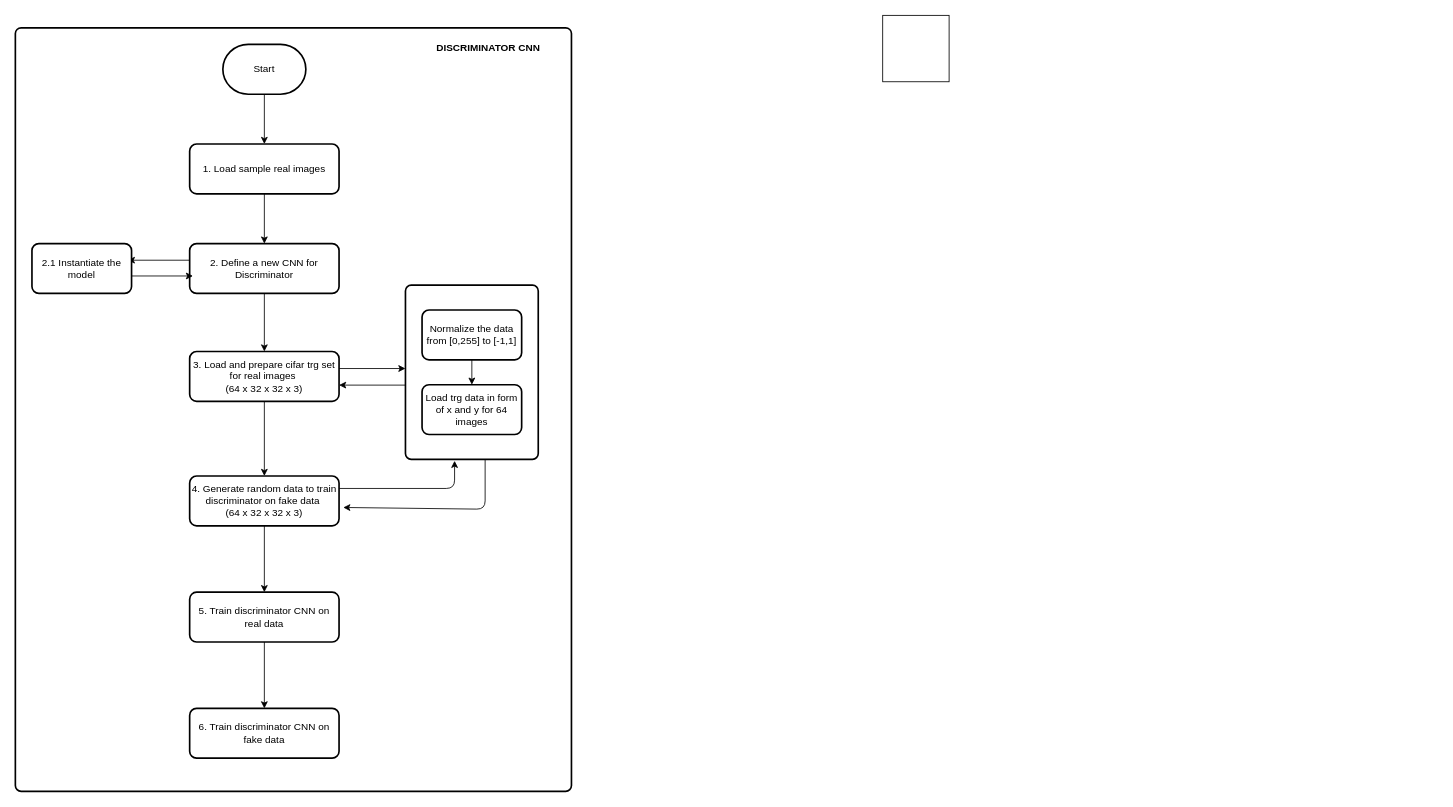
samratkar/samratkar.github.io keeps this draw.io diagram as _posts/concepts/genai/diagrams/gan.drawio. Above is the earlier version. Source tidied: cells renumbered, new cells numbered last; positions are measured from the earlier drawing's top-left corner, leaving out a move shared by most shapes. Both pictures are drawn from the tidied source at 83%, with x=0, y=0 at pixel (15, 15).
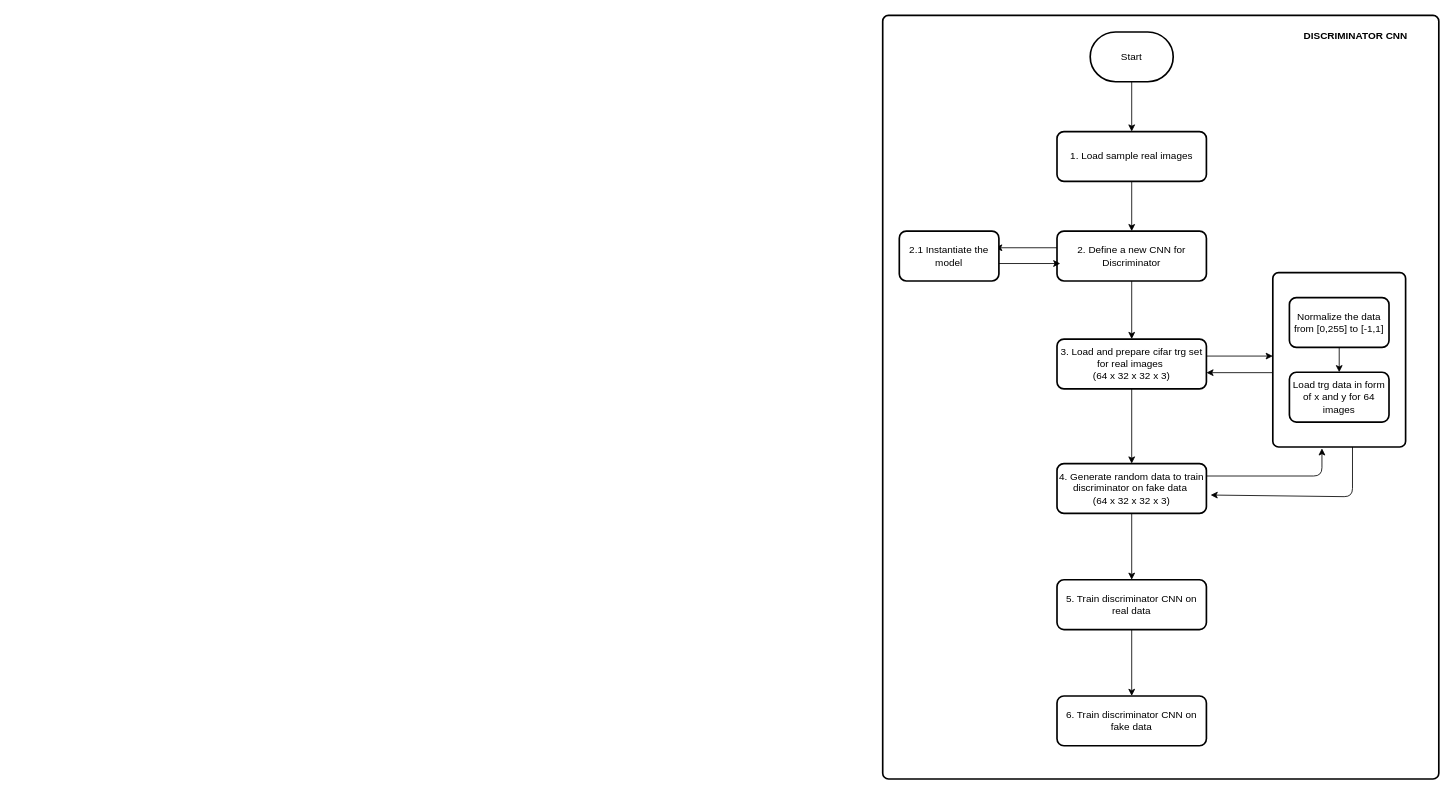
The same diagram, later.

Unchanged cells that the change refers to:
```xml
<mxCell id="20" style="rounded=1;whiteSpace=wrap;html=1;absoluteArcSize=1;arcSize=14;strokeWidth=2;" parent="19" vertex="1">
  <mxGeometry width="160" height="210" as="geometry" />
</mxCell>
```

What changed in the source:
```diff
@@
+    <mxCell id="29" style="group;" parent="1" vertex="1">
+      <mxGeometry x="1045" width="670" height="920" as="geometry" />
+    </mxCell>
-    <mxCell id="2" style="rounded=1;whiteSpace=wrap;html=1;absoluteArcSize=1;arcSize=14;strokeWidth=2;" parent="1" vertex="1">
-      <mxGeometry y="15" width="670" height="920" as="geometry" />
+    <mxCell id="2" style="rounded=1;whiteSpace=wrap;html=1;absoluteArcSize=1;arcSize=14;strokeWidth=2;" parent="29" vertex="1">
+      <mxGeometry width="670" height="920" as="geometry" />
     </mxCell>
-    <mxCell id="3" style="edgeStyle=none;html=1;entryX=0.5;entryY=0;entryDx=0;entryDy=0;flowAnimation=1;" parent="1" edge="1" source="4" target="6">
+    <mxCell id="3" style="edgeStyle=none;html=1;entryX=0.5;entryY=0;entryDx=0;entryDy=0;flowAnimation=1;" parent="29" edge="1" source="4" target="6">
       <mxGeometry relative="1" as="geometry" />
     </mxCell>
-    <mxCell id="4" value="Start" style="strokeWidth=2;html=1;shape=mxgraph.flowchart.terminator;whiteSpace=wrap;" parent="1" vertex="1">
-      <mxGeometry x="250" y="35" width="100" height="60" as="geometry" />
+    <mxCell id="4" value="Start" style="strokeWidth=2;html=1;shape=mxgraph.flowchart.terminator;whiteSpace=wrap;" parent="29" vertex="1">
+      <mxGeometry x="250" y="20" width="100" height="60" as="geometry" />
     </mxCell>
-    <mxCell id="5" style="edgeStyle=none;html=1;flowAnimation=1;" parent="1" edge="1" source="6" target="9">
+    <mxCell id="5" style="edgeStyle=none;html=1;flowAnimation=1;" parent="29" edge="1" source="6" target="9">
       <mxGeometry relative="1" as="geometry" />
     </mxCell>
-    <mxCell id="6" value="1. Load sample real images" style="rounded=1;whiteSpace=wrap;html=1;arcSize=14;strokeWidth=2;" parent="1" vertex="1">
-      <mxGeometry x="210" y="155" width="180" height="60" as="geometry" />
+    <mxCell id="6" value="1. Load sample real images" style="rounded=1;whiteSpace=wrap;html=1;arcSize=14;strokeWidth=2;" parent="29" vertex="1">
+      <mxGeometry x="210" y="140" width="180" height="60" as="geometry" />
     </mxCell>
-    <mxCell id="7" style="edgeStyle=none;html=1;flowAnimation=1;" parent="1" edge="1" source="9" target="12">
+    <mxCell id="7" style="edgeStyle=none;html=1;flowAnimation=1;" parent="29" edge="1" source="9" target="12">
       <mxGeometry relative="1" as="geometry" />
     </mxCell>
-    <mxCell id="8" style="edgeStyle=none;html=1;flowAnimation=1;" parent="1" edge="1">
+    <mxCell id="8" style="edgeStyle=none;html=1;flowAnimation=1;" parent="29" edge="1">
       <mxGeometry relative="1" as="geometry">
-        <mxPoint x="215" y="295" as="sourcePoint" />
-        <mxPoint x="135.5" y="295" as="targetPoint" />
+        <mxPoint x="215" y="280" as="sourcePoint" />
+        <mxPoint x="135.5" y="280" as="targetPoint" />
       </mxGeometry>
     </mxCell>
-    <mxCell id="9" value="2. Define a new CNN for Discriminator" style="whiteSpace=wrap;html=1;rounded=1;arcSize=14;strokeWidth=2;" parent="1" vertex="1">
-      <mxGeometry x="210" y="275" width="180" height="60" as="geometry" />
+    <mxCell id="9" value="2. Define a new CNN for Discriminator" style="whiteSpace=wrap;html=1;rounded=1;arcSize=14;strokeWidth=2;" parent="29" vertex="1">
+      <mxGeometry x="210" y="260" width="180" height="60" as="geometry" />
     </mxCell>
-    <mxCell id="10" style="edgeStyle=none;html=1;flowAnimation=1;" parent="1" edge="1" source="12" target="15">
+    <mxCell id="10" style="edgeStyle=none;html=1;flowAnimation=1;" parent="29" edge="1" source="12" target="15">
       <mxGeometry relative="1" as="geometry" />
     </mxCell>
-    <mxCell id="11" style="edgeStyle=none;html=1;flowAnimation=1;" parent="1" edge="1">
+    <mxCell id="11" style="edgeStyle=none;html=1;flowAnimation=1;" parent="29" edge="1">
       <mxGeometry relative="1" as="geometry">
-        <mxPoint x="390" y="425.5" as="sourcePoint" />
-        <mxPoint x="470" y="425.5" as="targetPoint" />
+        <mxPoint x="390" y="410.5" as="sourcePoint" />
+        <mxPoint x="470" y="410.5" as="targetPoint" />
       </mxGeometry>
     </mxCell>
-    <mxCell id="12" value="3. Load and prepare cifar trg set for real images&amp;nbsp;&lt;div&gt;(64 x 32 x 32 x 3)&lt;/div&gt;" style="whiteSpace=wrap;html=1;rounded=1;arcSize=14;strokeWidth=2;" parent="1" vertex="1">
-      <mxGeometry x="210" y="405" width="180" height="60" as="geometry" />
+    <mxCell id="12" value="3. Load and prepare cifar trg set for real images&amp;nbsp;&lt;div&gt;(64 x 32 x 32 x 3)&lt;/div&gt;" style="whiteSpace=wrap;html=1;rounded=1;arcSize=14;strokeWidth=2;" parent="29" vertex="1">
+      <mxGeometry x="210" y="390" width="180" height="60" as="geometry" />
     </mxCell>
-    <mxCell id="13" style="edgeStyle=orthogonalEdgeStyle;html=1;exitX=1;exitY=0.25;exitDx=0;exitDy=0;entryX=0.37;entryY=1.008;entryDx=0;entryDy=0;entryPerimeter=0;flowAnimation=1;" parent="1" edge="1" source="15" target="20">
+    <mxCell id="13" style="edgeStyle=orthogonalEdgeStyle;html=1;exitX=1;exitY=0.25;exitDx=0;exitDy=0;entryX=0.37;entryY=1.008;entryDx=0;entryDy=0;entryPerimeter=0;flowAnimation=1;" parent="29" edge="1" source="15" target="20">
       <mxGeometry relative="1" as="geometry" />
     </mxCell>
-    <mxCell id="14" style="edgeStyle=none;html=1;flowAnimation=1;" parent="1" edge="1" source="15" target="26">
+    <mxCell id="14" style="edgeStyle=none;html=1;flowAnimation=1;" parent="29" edge="1" source="15" target="26">
       <mxGeometry relative="1" as="geometry" />
     </mxCell>
-    <mxCell id="15" value="4. Generate random data to train discriminator on fake data&amp;nbsp;&lt;div&gt;(64 x 32 x 32 x 3)&lt;/div&gt;" style="whiteSpace=wrap;html=1;rounded=1;arcSize=14;strokeWidth=2;" parent="1" vertex="1">
-      <mxGeometry x="210" y="555" width="180" height="60" as="geometry" />
+    <mxCell id="15" value="4. Generate random data to train discriminator on fake data&amp;nbsp;&lt;div&gt;(64 x 32 x 32 x 3)&lt;/div&gt;" style="whiteSpace=wrap;html=1;rounded=1;arcSize=14;strokeWidth=2;" parent="29" vertex="1">
+      <mxGeometry x="210" y="540" width="180" height="60" as="geometry" />
     </mxCell>
-    <mxCell id="16" style="edgeStyle=none;html=1;entryX=0;entryY=0.5;entryDx=0;entryDy=0;flowAnimation=1;" parent="1" edge="1">
+    <mxCell id="16" style="edgeStyle=none;html=1;entryX=0;entryY=0.5;entryDx=0;entryDy=0;flowAnimation=1;" parent="29" edge="1">
       <mxGeometry relative="1" as="geometry">
-        <mxPoint x="134.5" y="314" as="sourcePoint" />
-        <mxPoint x="214" y="314" as="targetPoint" />
+        <mxPoint x="134.5" y="299" as="sourcePoint" />
+        <mxPoint x="214" y="299" as="targetPoint" />
       </mxGeometry>
     </mxCell>
-    <mxCell id="17" value="2.1 Instantiate the model" style="whiteSpace=wrap;html=1;rounded=1;arcSize=14;strokeWidth=2;" parent="1" vertex="1">
-      <mxGeometry x="20" y="275" width="120" height="60" as="geometry" />
+    <mxCell id="17" value="2.1 Instantiate the model" style="whiteSpace=wrap;html=1;rounded=1;arcSize=14;strokeWidth=2;" parent="29" vertex="1">
+      <mxGeometry x="20" y="260" width="120" height="60" as="geometry" />
     </mxCell>
-    <mxCell id="18" style="edgeStyle=none;html=1;entryX=1;entryY=0.5;entryDx=0;entryDy=0;flowAnimation=1;" parent="1" edge="1">
+    <mxCell id="18" style="edgeStyle=none;html=1;entryX=1;entryY=0.5;entryDx=0;entryDy=0;flowAnimation=1;" parent="29" edge="1">
       <mxGeometry relative="1" as="geometry">
-        <mxPoint x="470" y="445.5" as="sourcePoint" />
-        <mxPoint x="390" y="445.5" as="targetPoint" />
+        <mxPoint x="470" y="430.5" as="sourcePoint" />
+        <mxPoint x="390" y="430.5" as="targetPoint" />
       </mxGeometry>
     </mxCell>
-    <mxCell id="19" style="group;" parent="1" vertex="1">
-      <mxGeometry x="470" y="325" width="160" height="210" as="geometry" />
+    <mxCell id="19" style="group;" parent="29" vertex="1">
+      <mxGeometry x="470" y="310" width="160" height="210" as="geometry" />
     </mxCell>
@@
-    <mxCell id="24" style="edgeStyle=none;html=1;entryX=1.028;entryY=0.632;entryDx=0;entryDy=0;exitX=0.6;exitY=1;exitDx=0;exitDy=0;entryPerimeter=0;exitPerimeter=0;flowAnimation=1;" parent="1" edge="1" source="20" target="15">
+    <mxCell id="24" style="edgeStyle=none;html=1;entryX=1.028;entryY=0.632;entryDx=0;entryDy=0;exitX=0.6;exitY=1;exitDx=0;exitDy=0;entryPerimeter=0;exitPerimeter=0;flowAnimation=1;" parent="29" edge="1" source="20" target="15">
       <mxGeometry relative="1" as="geometry">
         <Array as="points">
-          <mxPoint x="566" y="595" />
+          <mxPoint x="566" y="580" />
         </Array>
       </mxGeometry>
     </mxCell>
-    <mxCell id="25" style="edgeStyle=none;html=1;flowAnimation=1;" parent="1" edge="1" source="26" target="27">
+    <mxCell id="25" style="edgeStyle=none;html=1;flowAnimation=1;" parent="29" edge="1" source="26" target="27">
       <mxGeometry relative="1" as="geometry" />
     </mxCell>
-    <mxCell id="26" value="5. Train discriminator CNN on real data" style="whiteSpace=wrap;html=1;rounded=1;arcSize=14;strokeWidth=2;" parent="1" vertex="1">
-      <mxGeometry x="210" y="695" width="180" height="60" as="geometry" />
+    <mxCell id="26" value="5. Train discriminator CNN on real data" style="whiteSpace=wrap;html=1;rounded=1;arcSize=14;strokeWidth=2;" parent="29" vertex="1">
+      <mxGeometry x="210" y="680" width="180" height="60" as="geometry" />
     </mxCell>
-    <mxCell id="27" value="6. Train discriminator CNN on fake data" style="whiteSpace=wrap;html=1;rounded=1;arcSize=14;strokeWidth=2;" parent="1" vertex="1">
-      <mxGeometry x="210" y="835" width="180" height="60" as="geometry" />
+    <mxCell id="27" value="6. Train discriminator CNN on fake data" style="whiteSpace=wrap;html=1;rounded=1;arcSize=14;strokeWidth=2;" parent="29" vertex="1">
+      <mxGeometry x="210" y="820" width="180" height="60" as="geometry" />
     </mxCell>
-    <mxCell id="28" value="DISCRIMINATOR CNN" style="text;html=1;align=center;verticalAlign=middle;whiteSpace=wrap;rounded=0;fontStyle=1;" parent="1" vertex="1">
-      <mxGeometry x="490" y="25" width="160" height="30" as="geometry" />
+    <mxCell id="28" value="DISCRIMINATOR CNN" style="text;html=1;align=center;verticalAlign=middle;whiteSpace=wrap;rounded=0;fontStyle=1;" parent="29" vertex="1">
+      <mxGeometry x="490" y="10" width="160" height="30" as="geometry" />
     </mxCell>
-    <mxCell id="29" style="whiteSpace=wrap;html=1;" parent="1" vertex="1">
-      <mxGeometry x="1045" width="80" height="80" as="geometry" />
-    </mxCell>
```
